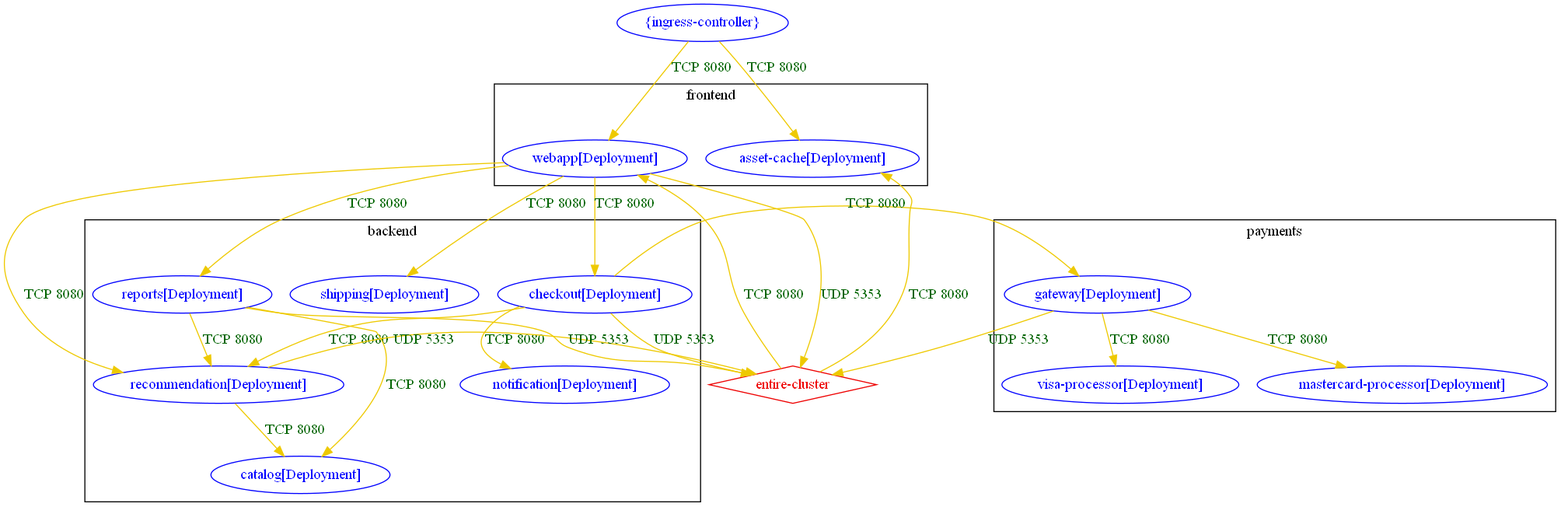
Above: test_outputs/connlist/exposure_acs-security-demos_connlist_output.dot.png in np-guard/netpol-analyzer (Graphviz), before the change. Its source is kept beside it as test_outputs/connlist/exposure_acs-security-demos_connlist_output.dot. Its diagram source:
```dot
digraph {
	subgraph "cluster_backend" {
		color="black"
		fontcolor="black"
		"backend/catalog[Deployment]" [label="catalog[Deployment]" color="blue" fontcolor="blue"]
		"backend/checkout[Deployment]" [label="checkout[Deployment]" color="blue" fontcolor="blue"]
		"backend/notification[Deployment]" [label="notification[Deployment]" color="blue" fontcolor="blue"]
		"backend/recommendation[Deployment]" [label="recommendation[Deployment]" color="blue" fontcolor="blue"]
		"backend/reports[Deployment]" [label="reports[Deployment]" color="blue" fontcolor="blue"]
		"backend/shipping[Deployment]" [label="shipping[Deployment]" color="blue" fontcolor="blue"]
		label="backend"
	}
	subgraph "cluster_frontend" {
		color="black"
		fontcolor="black"
		"frontend/asset-cache[Deployment]" [label="asset-cache[Deployment]" color="blue" fontcolor="blue"]
		"frontend/webapp[Deployment]" [label="webapp[Deployment]" color="blue" fontcolor="blue"]
		label="frontend"
	}
	subgraph "cluster_payments" {
		color="black"
		fontcolor="black"
		"payments/gateway[Deployment]" [label="gateway[Deployment]" color="blue" fontcolor="blue"]
		"payments/mastercard-processor[Deployment]" [label="mastercard-processor[Deployment]" color="blue" fontcolor="blue"]
		"payments/visa-processor[Deployment]" [label="visa-processor[Deployment]" color="blue" fontcolor="blue"]
		label="payments"
	}
	"entire-cluster" [label="entire-cluster" color="red2" fontcolor="red2" shape=diamond]
	"{ingress-controller}" [label="{ingress-controller}" color="blue" fontcolor="blue"]
	"backend/checkout[Deployment]" -> "backend/notification[Deployment]" [label="TCP 8080" color="gold2" fontcolor="darkgreen"]
	"backend/checkout[Deployment]" -> "backend/recommendation[Deployment]" [label="TCP 8080" color="gold2" fontcolor="darkgreen"]
	"backend/checkout[Deployment]" -> "entire-cluster" [label="UDP 5353" color="gold2" fontcolor="darkgreen"]
	"backend/checkout[Deployment]" -> "payments/gateway[Deployment]" [label="TCP 8080" color="gold2" fontcolor="darkgreen"]
	"backend/recommendation[Deployment]" -> "backend/catalog[Deployment]" [label="TCP 8080" color="gold2" fontcolor="darkgreen"]
	"backend/recommendation[Deployment]" -> "entire-cluster" [label="UDP 5353" color="gold2" fontcolor="darkgreen"]
	"backend/reports[Deployment]" -> "backend/catalog[Deployment]" [label="TCP 8080" color="gold2" fontcolor="darkgreen"]
	"backend/reports[Deployment]" -> "backend/recommendation[Deployment]" [label="TCP 8080" color="gold2" fontcolor="darkgreen"]
	"backend/reports[Deployment]" -> "entire-cluster" [label="UDP 5353" color="gold2" fontcolor="darkgreen"]
	"entire-cluster" -> "frontend/asset-cache[Deployment]" [label="TCP 8080" color="gold2" fontcolor="darkgreen"]
	"entire-cluster" -> "frontend/webapp[Deployment]" [label="TCP 8080" color="gold2" fontcolor="darkgreen"]
	"frontend/webapp[Deployment]" -> "backend/checkout[Deployment]" [label="TCP 8080" color="gold2" fontcolor="darkgreen"]
	"frontend/webapp[Deployment]" -> "backend/recommendation[Deployment]" [label="TCP 8080" color="gold2" fontcolor="darkgreen"]
	"frontend/webapp[Deployment]" -> "backend/reports[Deployment]" [label="TCP 8080" color="gold2" fontcolor="darkgreen"]
	"frontend/webapp[Deployment]" -> "backend/shipping[Deployment]" [label="TCP 8080" color="gold2" fontcolor="darkgreen"]
	"frontend/webapp[Deployment]" -> "entire-cluster" [label="UDP 5353" color="gold2" fontcolor="darkgreen"]
	"payments/gateway[Deployment]" -> "entire-cluster" [label="UDP 5353" color="gold2" fontcolor="darkgreen"]
	"payments/gateway[Deployment]" -> "payments/mastercard-processor[Deployment]" [label="TCP 8080" color="gold2" fontcolor="darkgreen"]
	"payments/gateway[Deployment]" -> "payments/visa-processor[Deployment]" [label="TCP 8080" color="gold2" fontcolor="darkgreen"]
	"{ingress-controller}" -> "frontend/asset-cache[Deployment]" [label="TCP 8080" color="gold2" fontcolor="darkgreen"]
	"{ingress-controller}" -> "frontend/webapp[Deployment]" [label="TCP 8080" color="gold2" fontcolor="darkgreen"]
}
```
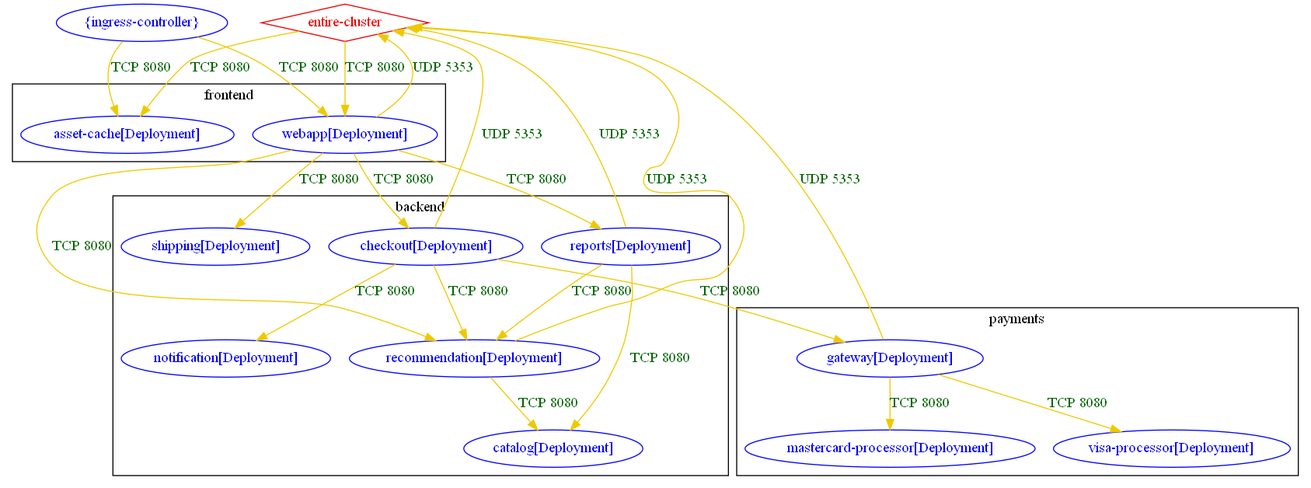
Above is the later version.

Change to the diagram source:
```diff
@@ -29,21 +29,21 @@
 	"{ingress-controller}" [label="{ingress-controller}" color="blue" fontcolor="blue"]
 	"backend/checkout[Deployment]" -> "backend/notification[Deployment]" [label="TCP 8080" color="gold2" fontcolor="darkgreen"]
 	"backend/checkout[Deployment]" -> "backend/recommendation[Deployment]" [label="TCP 8080" color="gold2" fontcolor="darkgreen"]
-	"backend/checkout[Deployment]" -> "entire-cluster" [label="UDP 5353" color="gold2" fontcolor="darkgreen"]
+	"backend/checkout[Deployment]" -> "entire-cluster" [label="UDP 5353" color="gold2" fontcolor="darkgreen" weight=0.5]
 	"backend/checkout[Deployment]" -> "payments/gateway[Deployment]" [label="TCP 8080" color="gold2" fontcolor="darkgreen"]
 	"backend/recommendation[Deployment]" -> "backend/catalog[Deployment]" [label="TCP 8080" color="gold2" fontcolor="darkgreen"]
-	"backend/recommendation[Deployment]" -> "entire-cluster" [label="UDP 5353" color="gold2" fontcolor="darkgreen"]
+	"backend/recommendation[Deployment]" -> "entire-cluster" [label="UDP 5353" color="gold2" fontcolor="darkgreen" weight=0.5]
 	"backend/reports[Deployment]" -> "backend/catalog[Deployment]" [label="TCP 8080" color="gold2" fontcolor="darkgreen"]
 	"backend/reports[Deployment]" -> "backend/recommendation[Deployment]" [label="TCP 8080" color="gold2" fontcolor="darkgreen"]
-	"backend/reports[Deployment]" -> "entire-cluster" [label="UDP 5353" color="gold2" fontcolor="darkgreen"]
-	"entire-cluster" -> "frontend/asset-cache[Deployment]" [label="TCP 8080" color="gold2" fontcolor="darkgreen"]
-	"entire-cluster" -> "frontend/webapp[Deployment]" [label="TCP 8080" color="gold2" fontcolor="darkgreen"]
+	"backend/reports[Deployment]" -> "entire-cluster" [label="UDP 5353" color="gold2" fontcolor="darkgreen" weight=0.5]
+	"entire-cluster" -> "frontend/asset-cache[Deployment]" [label="TCP 8080" color="gold2" fontcolor="darkgreen" weight=1]
+	"entire-cluster" -> "frontend/webapp[Deployment]" [label="TCP 8080" color="gold2" fontcolor="darkgreen" weight=1]
 	"frontend/webapp[Deployment]" -> "backend/checkout[Deployment]" [label="TCP 8080" color="gold2" fontcolor="darkgreen"]
 	"frontend/webapp[Deployment]" -> "backend/recommendation[Deployment]" [label="TCP 8080" color="gold2" fontcolor="darkgreen"]
 	"frontend/webapp[Deployment]" -> "backend/reports[Deployment]" [label="TCP 8080" color="gold2" fontcolor="darkgreen"]
 	"frontend/webapp[Deployment]" -> "backend/shipping[Deployment]" [label="TCP 8080" color="gold2" fontcolor="darkgreen"]
-	"frontend/webapp[Deployment]" -> "entire-cluster" [label="UDP 5353" color="gold2" fontcolor="darkgreen"]
-	"payments/gateway[Deployment]" -> "entire-cluster" [label="UDP 5353" color="gold2" fontcolor="darkgreen"]
+	"frontend/webapp[Deployment]" -> "entire-cluster" [label="UDP 5353" color="gold2" fontcolor="darkgreen" weight=0.5]
+	"payments/gateway[Deployment]" -> "entire-cluster" [label="UDP 5353" color="gold2" fontcolor="darkgreen" weight=0.5]
 	"payments/gateway[Deployment]" -> "payments/mastercard-processor[Deployment]" [label="TCP 8080" color="gold2" fontcolor="darkgreen"]
 	"payments/gateway[Deployment]" -> "payments/visa-processor[Deployment]" [label="TCP 8080" color="gold2" fontcolor="darkgreen"]
 	"{ingress-controller}" -> "frontend/asset-cache[Deployment]" [label="TCP 8080" color="gold2" fontcolor="darkgreen"]
```
